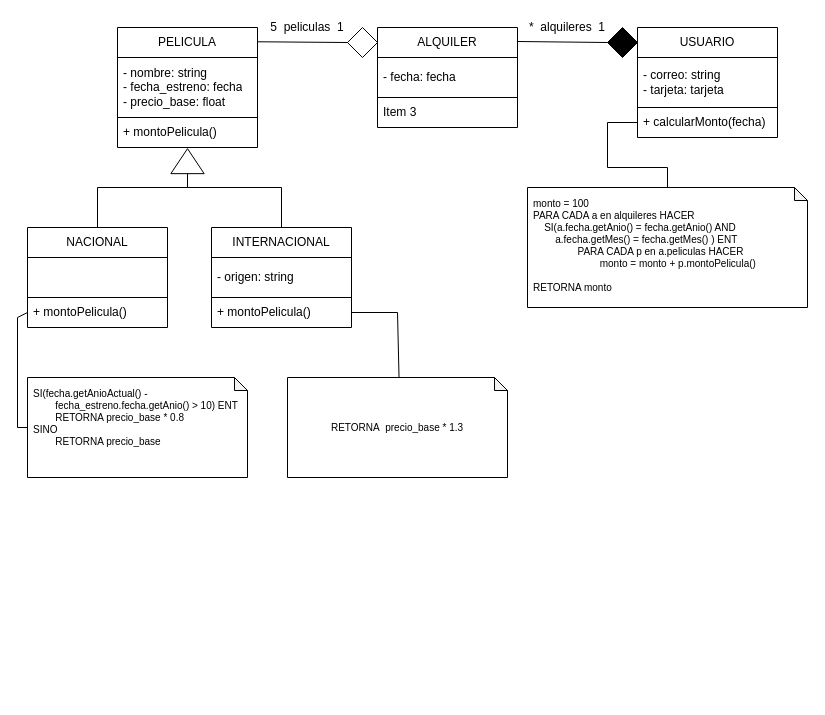
This is tp5-2.drawio from Cristian021195/tp5-alt-paradigmas, a draw.io file, before an edit. Source tidied: cells renumbered, new cells numbered last; positions are measured from the earlier drawing's top-left corner, leaving out a move shared by most shapes. Both pictures are drawn from the tidied source at 100%, with x=0, y=0 at pixel (17, 17).
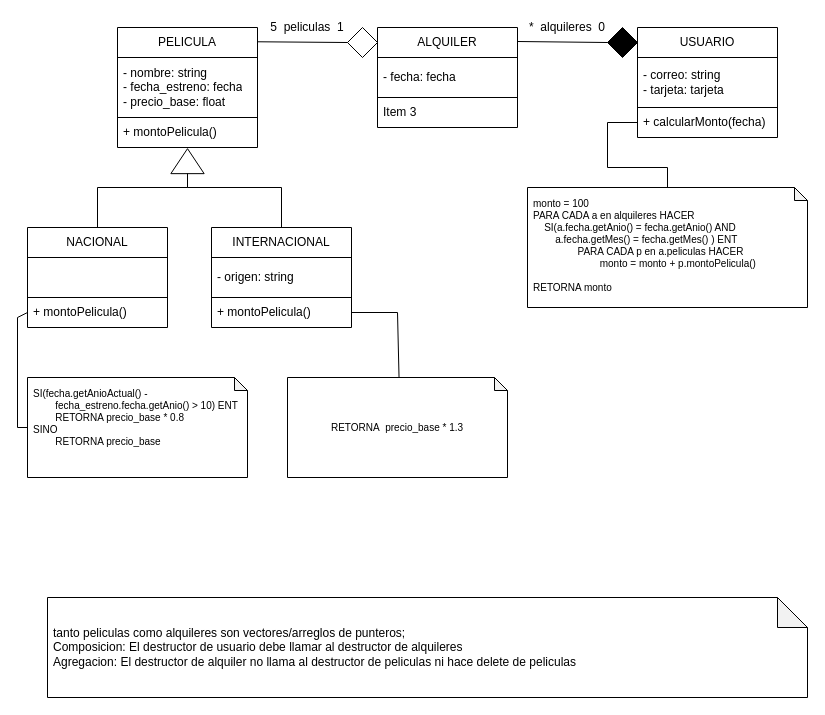
After the change.

What changed in the source:
```diff
@@
-    <mxCell id="25" value="*&amp;nbsp; alquileres&amp;nbsp; 1" style="text;html=1;strokeColor=none;fillColor=none;align=center;verticalAlign=middle;whiteSpace=wrap;rounded=0;" parent="1" vertex="1">
+    <mxCell id="25" value="*&amp;nbsp; alquileres&amp;nbsp; 0" style="text;html=1;strokeColor=none;fillColor=none;align=center;verticalAlign=middle;whiteSpace=wrap;rounded=0;" parent="1" vertex="1">
       <mxGeometry x="500" width="100" height="20" as="geometry" />
     </mxCell>
@@
+    <mxCell id="32" value="&lt;div&gt;tanto peliculas como alquileres son vectores/arreglos de punteros;&lt;/div&gt;&lt;div&gt;Composicion: El destructor de usuario debe llamar al destructor de alquileres&lt;/div&gt;&lt;div&gt;Agregacion: El destructor de alquiler no llama al destructor de peliculas ni hace delete de peliculas&lt;/div&gt;" style="shape=note;whiteSpace=wrap;html=1;backgroundOutline=1;darkOpacity=0.05;align=left;spacing=6;" parent="1" vertex="1">
+      <mxGeometry x="30" y="580" width="760" height="100" as="geometry" />
+    </mxCell>
```
